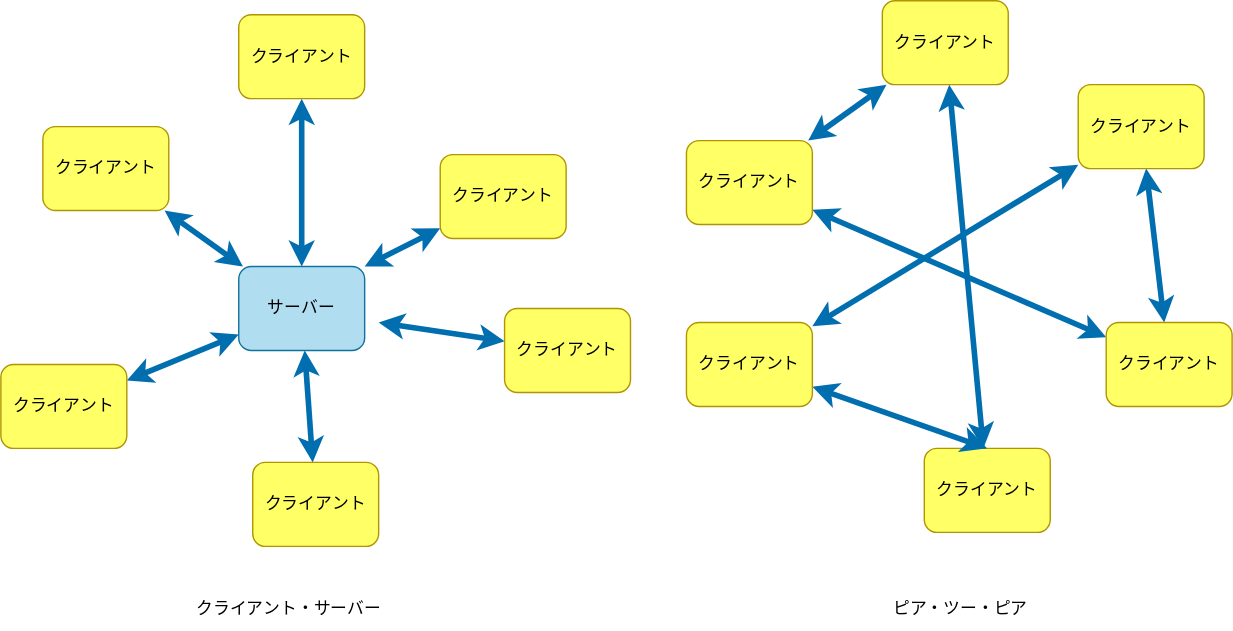
Before: 3-BLOCKCHAIN/images/network-type.drawio.svg, a diagram exported from draw.io (yamagame/backend-study). Source tidied: cells renumbered, new cells last; positions are measured from the earlier drawing's top-left corner, leaving out a move shared by most shapes.
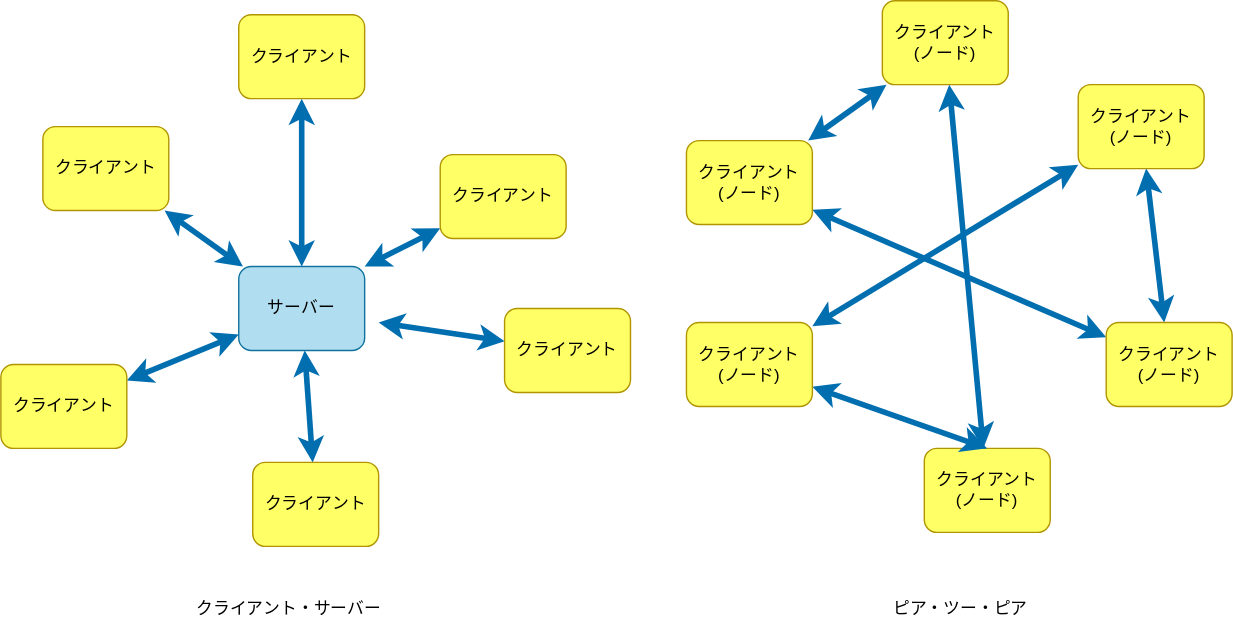
After the commit.

Diff of the diagram source:
```diff
@@ -46,37 +46,37 @@
     <mxCell id="15" style="edgeStyle=none;html=1;strokeWidth=4;fillColor=#1ba1e2;strokeColor=#006EAF;startArrow=classic;startFill=1;" parent="1" edge="1" source="16" target="20">
       <mxGeometry relative="1" as="geometry" />
     </mxCell>
-    <mxCell id="16" value="クライアント" style="rounded=1;whiteSpace=wrap;html=1;fillColor=#FFFF66;fontColor=#000000;strokeColor=#B09500;" parent="1" vertex="1">
+    <mxCell id="16" value="クライアント&lt;br&gt;(ノード)" style="rounded=1;whiteSpace=wrap;html=1;fillColor=#FFFF66;fontColor=#000000;strokeColor=#B09500;" parent="1" vertex="1">
       <mxGeometry x="490" y="100" width="90" height="60" as="geometry" />
     </mxCell>
     <mxCell id="17" style="edgeStyle=none;html=1;strokeWidth=4;fillColor=#1ba1e2;strokeColor=#006EAF;startArrow=classic;startFill=1;" parent="1" edge="1" source="18" target="16">
       <mxGeometry relative="1" as="geometry" />
     </mxCell>
-    <mxCell id="18" value="クライアント" style="rounded=1;whiteSpace=wrap;html=1;fillColor=#FFFF66;fontColor=#000000;strokeColor=#B09500;" parent="1" vertex="1">
+    <mxCell id="18" value="クライアント&lt;br&gt;(ノード)" style="rounded=1;whiteSpace=wrap;html=1;fillColor=#FFFF66;fontColor=#000000;strokeColor=#B09500;" parent="1" vertex="1">
       <mxGeometry x="630" width="90" height="60" as="geometry" />
     </mxCell>
     <mxCell id="19" style="edgeStyle=none;html=1;strokeWidth=4;fillColor=#1ba1e2;strokeColor=#006EAF;startArrow=classic;startFill=1;" parent="1" edge="1" source="20" target="24">
       <mxGeometry relative="1" as="geometry" />
     </mxCell>
-    <mxCell id="20" value="クライアント" style="rounded=1;whiteSpace=wrap;html=1;fillColor=#FFFF66;fontColor=#000000;strokeColor=#B09500;" parent="1" vertex="1">
+    <mxCell id="20" value="クライアント&lt;br&gt;(ノード)" style="rounded=1;whiteSpace=wrap;html=1;fillColor=#FFFF66;fontColor=#000000;strokeColor=#B09500;" parent="1" vertex="1">
       <mxGeometry x="790" y="230" width="90" height="60" as="geometry" />
     </mxCell>
     <mxCell id="21" style="edgeStyle=none;html=1;strokeWidth=4;fillColor=#1ba1e2;strokeColor=#006EAF;startArrow=classic;startFill=1;" parent="1" edge="1" source="22" target="18">
       <mxGeometry relative="1" as="geometry" />
     </mxCell>
-    <mxCell id="22" value="クライアント" style="rounded=1;whiteSpace=wrap;html=1;fillColor=#FFFF66;fontColor=#000000;strokeColor=#B09500;" parent="1" vertex="1">
+    <mxCell id="22" value="クライアント&lt;br&gt;(ノード)" style="rounded=1;whiteSpace=wrap;html=1;fillColor=#FFFF66;fontColor=#000000;strokeColor=#B09500;" parent="1" vertex="1">
       <mxGeometry x="660" y="320" width="90" height="60" as="geometry" />
     </mxCell>
     <mxCell id="23" style="edgeStyle=none;html=1;strokeWidth=4;fillColor=#1ba1e2;strokeColor=#006EAF;startArrow=classic;startFill=1;" parent="1" edge="1" source="24" target="26">
       <mxGeometry relative="1" as="geometry" />
     </mxCell>
-    <mxCell id="24" value="クライアント" style="rounded=1;whiteSpace=wrap;html=1;fillColor=#FFFF66;fontColor=#000000;strokeColor=#B09500;" parent="1" vertex="1">
+    <mxCell id="24" value="クライアント&lt;br&gt;(ノード)" style="rounded=1;whiteSpace=wrap;html=1;fillColor=#FFFF66;fontColor=#000000;strokeColor=#B09500;" parent="1" vertex="1">
       <mxGeometry x="770" y="60" width="90" height="60" as="geometry" />
     </mxCell>
     <mxCell id="25" style="edgeStyle=none;html=1;entryX=0.5;entryY=0;entryDx=0;entryDy=0;strokeWidth=4;fillColor=#1ba1e2;strokeColor=#006EAF;startArrow=classic;startFill=1;" parent="1" edge="1" source="26" target="22">
       <mxGeometry relative="1" as="geometry" />
     </mxCell>
-    <mxCell id="26" value="クライアント" style="rounded=1;whiteSpace=wrap;html=1;fillColor=#FFFF66;fontColor=#000000;strokeColor=#B09500;" parent="1" vertex="1">
+    <mxCell id="26" value="クライアント&lt;br&gt;(ノード)" style="rounded=1;whiteSpace=wrap;html=1;fillColor=#FFFF66;fontColor=#000000;strokeColor=#B09500;" parent="1" vertex="1">
       <mxGeometry x="490" y="230" width="90" height="60" as="geometry" />
     </mxCell>
     <mxCell id="27" value="クライアント・サーバー" style="text;html=1;strokeColor=none;fillColor=default;align=center;verticalAlign=middle;whiteSpace=wrap;rounded=0;" parent="1" vertex="1">
```
